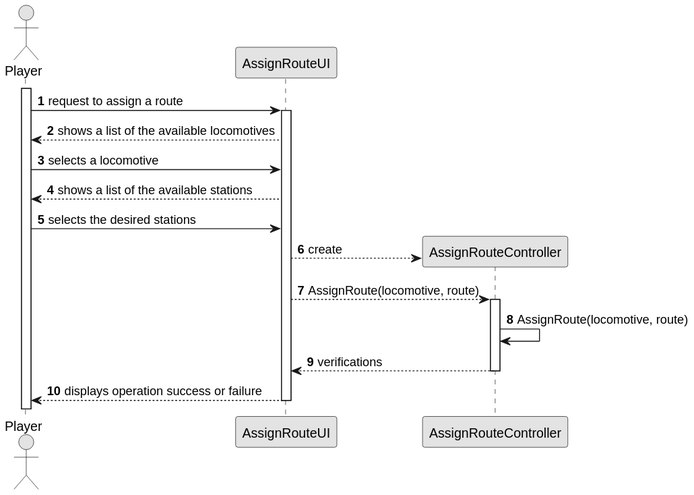
The PlantUML diagram docs/sprint3/us010/03.design/svg/us010-sequence-diagram-full.svg in ivasduarte/all-aboard, before a commit.
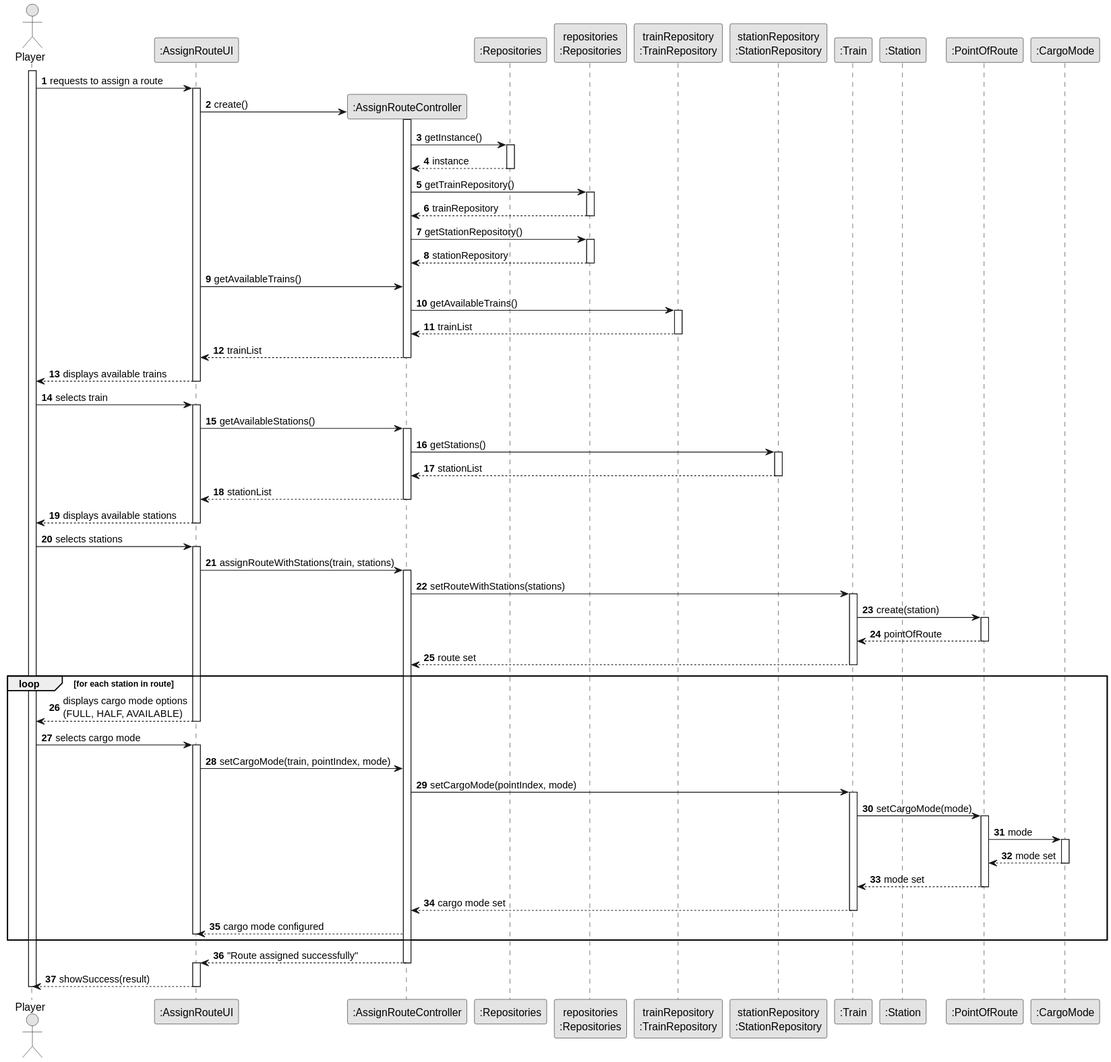
After the change.

Change to the diagram source:
```diff
@@ -5,31 +5,108 @@
 
 autonumber
 
-actor "Player" as Editor
-participant "AssignRouteUI" as UI
+actor "Player" as Player
+participant ":AssignRouteUI" as UI
+participant ":AssignRouteController" as CTRL
+participant ":Repositories" as reps
+participant "repositories\n:Repositories" as PLAT
+participant "trainRepository\n:TrainRepository" as trainRepo
+participant "stationRepository\n:StationRepository" as stationRepo
+participant ":Train" as Train
+participant ":Station" as Station
+participant ":PointOfRoute" as PointOfRoute
+participant ":CargoMode" as CargoMode
 
-activate Editor
-
-Editor -> UI : request to assign a route
+activate Player
+Player -> UI : requests to assign a route
 activate UI
 
-UI --> Editor : shows a list of the available locomotives
-Editor -> UI : selects a locomotive
-UI --> Editor : shows a list of the available stations
-Editor -> UI : selects the desired stations
-
-
-create "AssignRouteController" as CTRL
-UI --> CTRL : create
-
-UI --> CTRL : AssignRoute(locomotive, route)
+UI -> CTRL** : create()
 activate CTRL
 
-CTRL -> CTRL : AssignRoute(locomotive, route)
+CTRL -> reps : getInstance()
+activate reps
+reps --> CTRL : instance
+deactivate reps
 
-CTRL --> UI : verifications
+CTRL -> PLAT : getTrainRepository()
+activate PLAT
+PLAT --> CTRL : trainRepository
+deactivate PLAT
+
+CTRL -> PLAT : getStationRepository()
+activate PLAT
+PLAT --> CTRL : stationRepository
+deactivate PLAT
+
+UI -> CTRL : getAvailableTrains()
+CTRL -> trainRepo : getAvailableTrains()
+activate trainRepo
+trainRepo --> CTRL : trainList
+deactivate trainRepo
+CTRL --> UI : trainList
 deactivate CTRL
 
-UI --> Editor : displays operation success or failure
+UI --> Player : displays available trains
 deactivate UI
+Player -> UI : selects train
+activate UI
+
+UI -> CTRL : getAvailableStations()
+activate CTRL
+CTRL -> stationRepo : getStations()
+activate stationRepo
+stationRepo --> CTRL : stationList
+deactivate stationRepo
+CTRL --> UI : stationList
+deactivate CTRL
+
+UI --> Player : displays available stations
+deactivate UI
+Player -> UI : selects stations
+activate UI
+
+UI -> CTRL : assignRouteWithStations(train, stations)
+activate CTRL
+
+CTRL -> Train : setRouteWithStations(stations)
+activate Train
+Train -> PointOfRoute : create(station)
+activate PointOfRoute
+PointOfRoute --> Train : pointOfRoute
+deactivate PointOfRoute
+Train --> CTRL : route set
+deactivate Train
+
+loop for each station in route
+    UI --> Player : displays cargo mode options\n(FULL, HALF, AVAILABLE)
+    deactivate UI
+    Player -> UI : selects cargo mode
+    activate UI
+    UI -> CTRL : setCargoMode(train, pointIndex, mode)
+    CTRL -> Train : setCargoMode(pointIndex, mode)
+    activate Train
+    Train -> PointOfRoute : setCargoMode(mode)
+    activate PointOfRoute
+    PointOfRoute -> CargoMode : mode
+    activate CargoMode
+    CargoMode --> PointOfRoute : mode set
+    deactivate CargoMode
+    PointOfRoute --> Train : mode set
+    deactivate PointOfRoute
+    Train --> CTRL : cargo mode set
+    deactivate Train
+    CTRL --> UI : cargo mode configured
+    deactivate UI
+end
+
+activate CTRL
+CTRL --> UI : "Route assigned successfully"
+deactivate CTRL
+activate UI
+
+UI --> Player : showSuccess(result)
+deactivate UI
+
+deactivate Player
 @enduml
```
